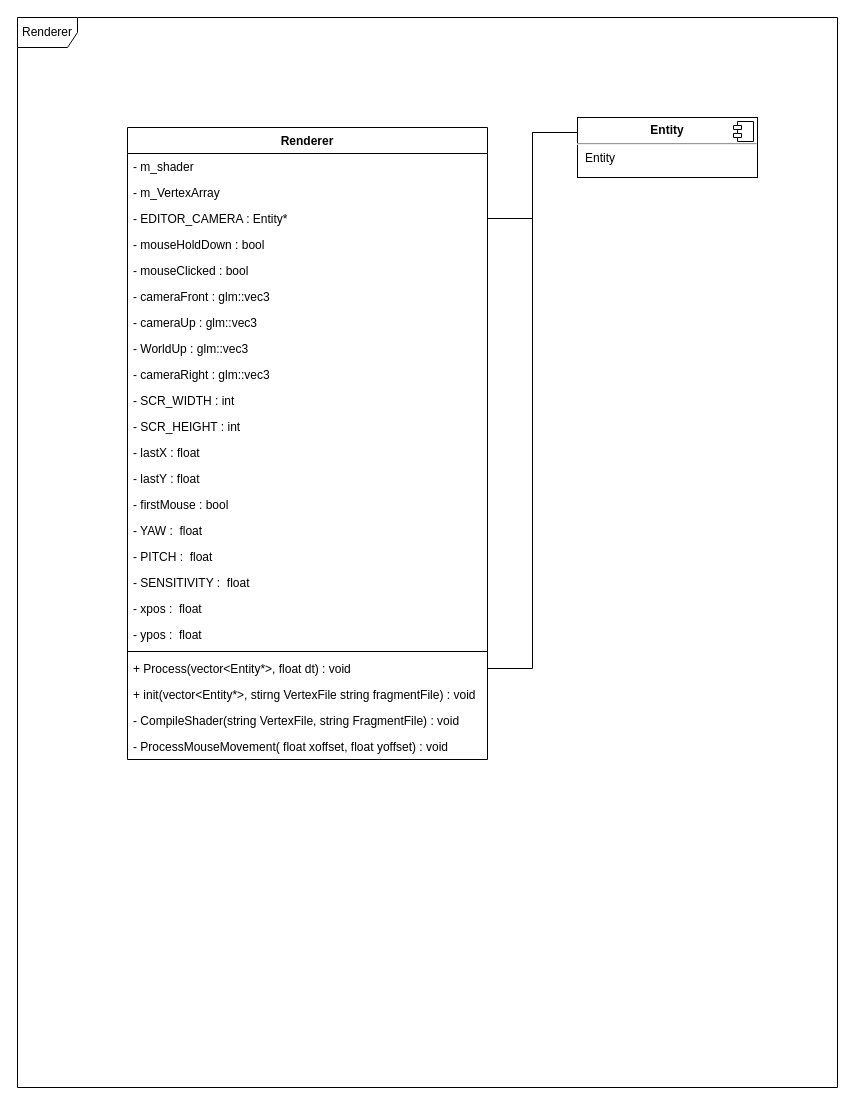
Above: page "Renderer" (6 of 8) of UMLDiagram.drawio in hazN/ECS_Engine (draw.io), before the change. Source tidied: cells renumbered, new cells numbered last; positions are measured from the earlier drawing's top-left corner, leaving out a move shared by most shapes. Both pictures are drawn from the tidied source at 100%, with x=0, y=0 at pixel (17, 17).
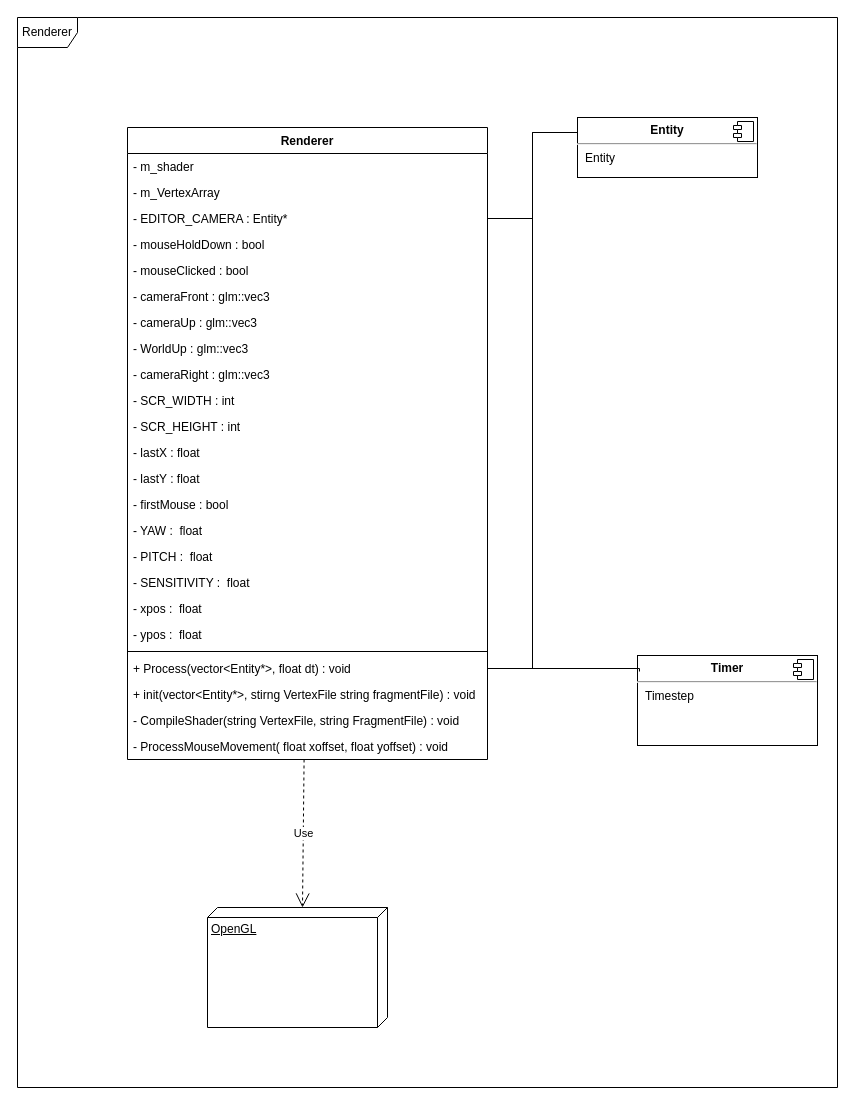
The same diagram, later.

Commit message (it also covers changes not shown here):
Update UMLDiagram : Timer

The change refers to these unchanged cells:
```xml
<mxCell id="3" value="Renderer" style="swimlane;fontStyle=1;align=center;verticalAlign=top;horizontal=1;startSize=26;" parent="1" vertex="1">
  <mxGeometry x="110" y="110" width="360" height="632" as="geometry" />
</mxCell>
<mxCell id="24" value="+ Process(vector&lt;Entity*&gt;, float dt) : void" style="text;strokeColor=none;fillColor=none;align=left;verticalAlign=top;spacingLeft=4;spacingRight=4;overflow=hidden;points=[[0,0.5],[1,0.5]];portConstraint=eastwest;" parent="3" vertex="1">
  <mxGeometry y="528" width="360" height="26" as="geometry" />
</mxCell>
```

Change to the diagram source:
```diff
@@
+    <mxCell id="32" value="OpenGL" style="verticalAlign=top;align=left;spacingTop=8;spacingLeft=2;spacingRight=12;shape=cube;size=10;direction=south;fontStyle=4;html=1;" parent="1" vertex="1">
+      <mxGeometry x="190" y="890" width="180" height="120" as="geometry" />
+    </mxCell>
+    <mxCell id="33" value="Use" style="endArrow=open;endSize=12;dashed=1;html=1;rounded=0;entryX=0;entryY=0;entryDx=0;entryDy=85;entryPerimeter=0;" parent="1" edge="1" source="3" target="32">
+      <mxGeometry relative="1" as="geometry" />
+    </mxCell>
+    <mxCell id="34" value="&lt;p style=&quot;margin:0px;margin-top:6px;text-align:center;&quot;&gt;&lt;b&gt;Timer&lt;/b&gt;&lt;/p&gt;&lt;hr&gt;&lt;p style=&quot;margin:0px;margin-left:8px;&quot;&gt;Timestep&lt;/p&gt;" style="align=left;overflow=fill;html=1;" parent="1" vertex="1">
+      <mxGeometry x="620" y="638" width="180" height="90" as="geometry" />
+    </mxCell>
+    <mxCell id="35" style="shape=component;jettyWidth=8;jettyHeight=4;" parent="34" vertex="1">
+      <mxGeometry x="1" width="20" height="20" relative="1" as="geometry">
+        <mxPoint x="-24" y="4" as="offset" />
+      </mxGeometry>
+    </mxCell>
+    <mxCell id="36" style="edgeStyle=orthogonalEdgeStyle;rounded=0;jettySize=auto;html=1;exitX=1;exitY=0.5;exitDx=0;exitDy=0;entryX=0.011;entryY=0.178;entryDx=0;entryDy=0;entryPerimeter=0;endArrow=none;endFill=0;" parent="1" edge="1" source="24" target="34">
+      <mxGeometry relative="1" as="geometry">
+        <Array as="points">
+          <mxPoint x="622" y="651" />
+        </Array>
+      </mxGeometry>
+    </mxCell>
```
